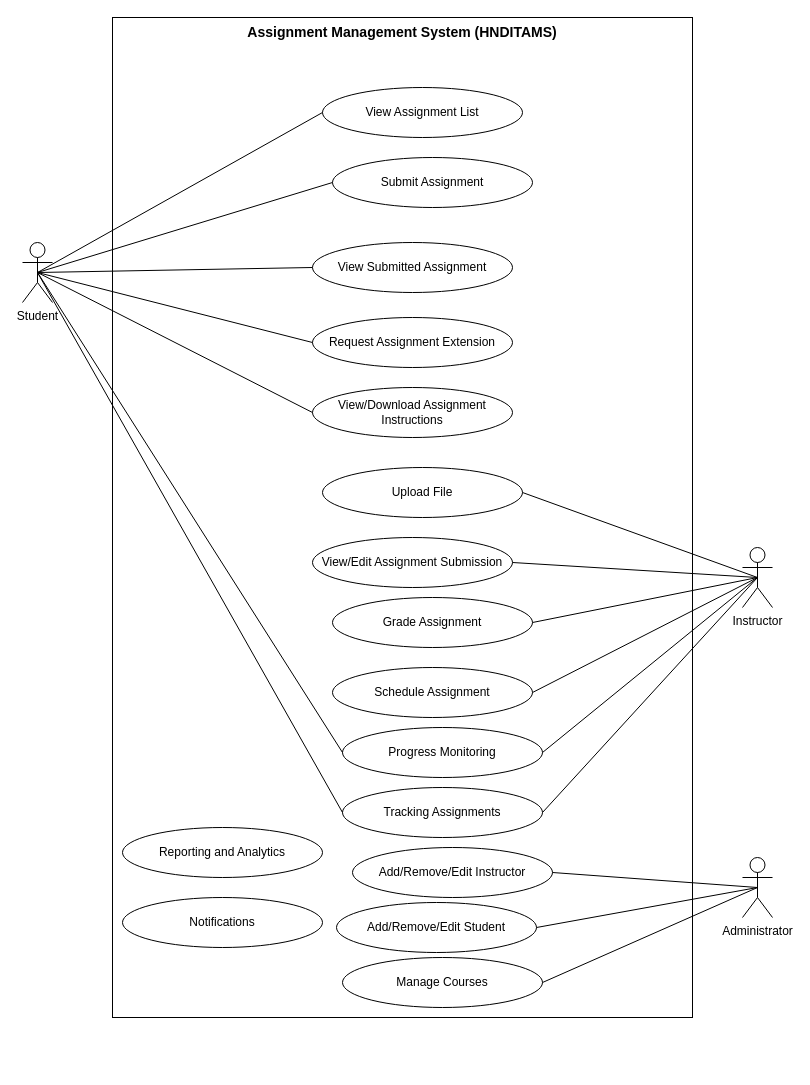
Above: docs/use-case.drawio in pasindu-dil/hndit-ams (draw.io), before the change. Source tidied: cells renumbered, new cells numbered last; positions are measured from the earlier drawing's top-left corner, leaving out a move shared by most shapes. Both pictures are drawn from the tidied source at 100%, with x=0, y=0 at pixel (22, 17).
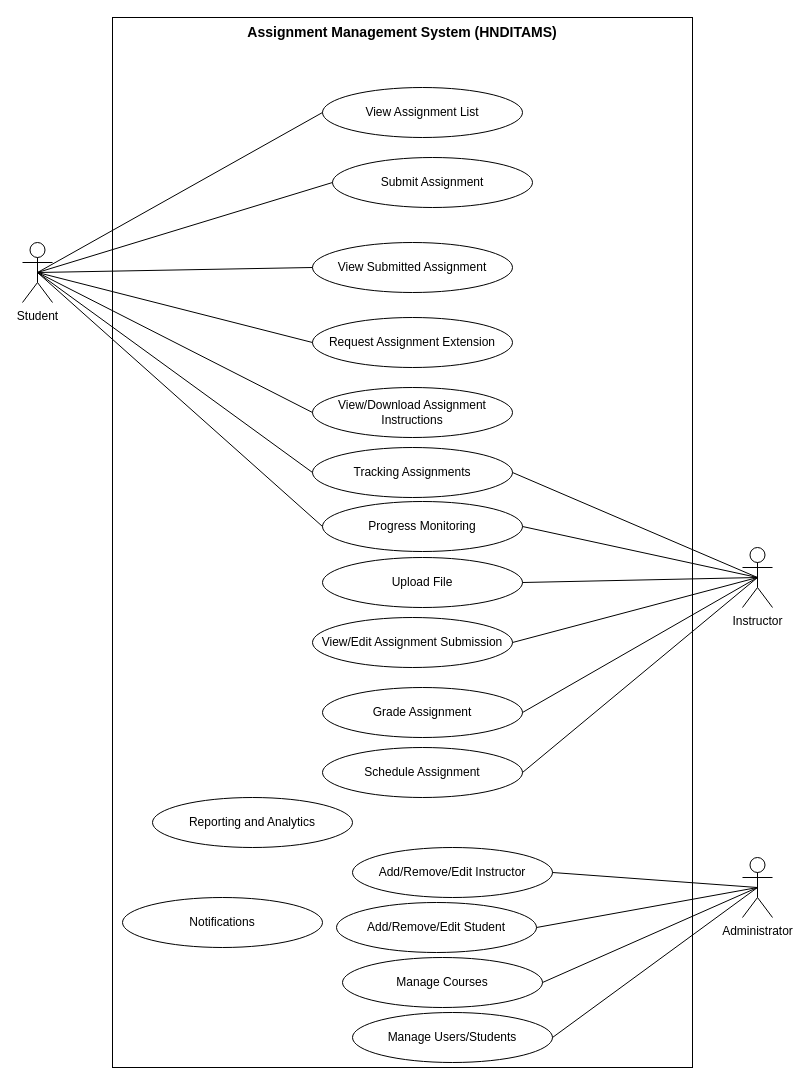
After the change.

Commit message:
Update use case.

Unchanged cells that the change refers to:
```xml
<mxCell id="5" value="Administrator" style="shape=umlActor;verticalLabelPosition=bottom;verticalAlign=top;html=1;outlineConnect=0;" parent="1" vertex="1">
  <mxGeometry x="720" y="840" width="30" height="60" as="geometry" />
</mxCell>
```

Diff of the diagram source:
```diff
@@
     <mxCell id="2" style="rounded=0;whiteSpace=wrap;html=1;" parent="1" vertex="1">
-      <mxGeometry x="90" width="580" height="1000" as="geometry" />
+      <mxGeometry x="90" width="580" height="1050" as="geometry" />
     </mxCell>
@@
     <mxCell id="12" value="Upload File" style="ellipse;whiteSpace=wrap;html=1;" parent="1" vertex="1">
-      <mxGeometry x="300" y="450" width="200" height="50" as="geometry" />
+      <mxGeometry x="300" y="540" width="200" height="50" as="geometry" />
     </mxCell>
     <mxCell id="13" value="View/Edit Assignment Submission" style="ellipse;whiteSpace=wrap;html=1;" parent="1" vertex="1">
-      <mxGeometry x="290" y="520" width="200" height="50" as="geometry" />
+      <mxGeometry x="290" y="600" width="200" height="50" as="geometry" />
     </mxCell>
     <mxCell id="14" value="Grade Assignment" style="ellipse;whiteSpace=wrap;html=1;" parent="1" vertex="1">
-      <mxGeometry x="310" y="580" width="200" height="50" as="geometry" />
+      <mxGeometry x="300" y="670" width="200" height="50" as="geometry" />
     </mxCell>
@@
     <mxCell id="27" value="Schedule Assignment" style="ellipse;whiteSpace=wrap;html=1;" parent="1" vertex="1">
-      <mxGeometry x="310" y="650" width="200" height="50" as="geometry" />
+      <mxGeometry x="300" y="730" width="200" height="50" as="geometry" />
     </mxCell>
@@
     <mxCell id="29" value="Progress Monitoring" style="ellipse;whiteSpace=wrap;html=1;" parent="1" vertex="1">
-      <mxGeometry x="320" y="710" width="200" height="50" as="geometry" />
+      <mxGeometry x="300" y="484" width="200" height="50" as="geometry" />
     </mxCell>
@@
     <mxCell id="32" value="Tracking Assignments" style="ellipse;whiteSpace=wrap;html=1;" parent="1" vertex="1">
-      <mxGeometry x="320" y="770" width="200" height="50" as="geometry" />
+      <mxGeometry x="290" y="430" width="200" height="50" as="geometry" />
     </mxCell>
@@
     <mxCell id="37" value="Reporting and Analytics" style="ellipse;whiteSpace=wrap;html=1;" parent="1" vertex="1">
-      <mxGeometry x="100" y="810" width="200" height="50" as="geometry" />
+      <mxGeometry x="130" y="780" width="200" height="50" as="geometry" />
     </mxCell>
@@
+    <mxCell id="39" value="Manage Users/Students" style="ellipse;whiteSpace=wrap;html=1;" parent="1" vertex="1">
+      <mxGeometry x="330" y="995" width="200" height="50" as="geometry" />
+    </mxCell>
+    <mxCell id="40" style="endArrow=none;html=1;rounded=0;exitX=1;exitY=0.5;exitDx=0;exitDy=0;entryX=0.5;entryY=0.5;entryDx=0;entryDy=0;entryPerimeter=0;" parent="1" edge="1" source="39" target="5">
+      <mxGeometry relative="1" as="geometry" />
+    </mxCell>
```
